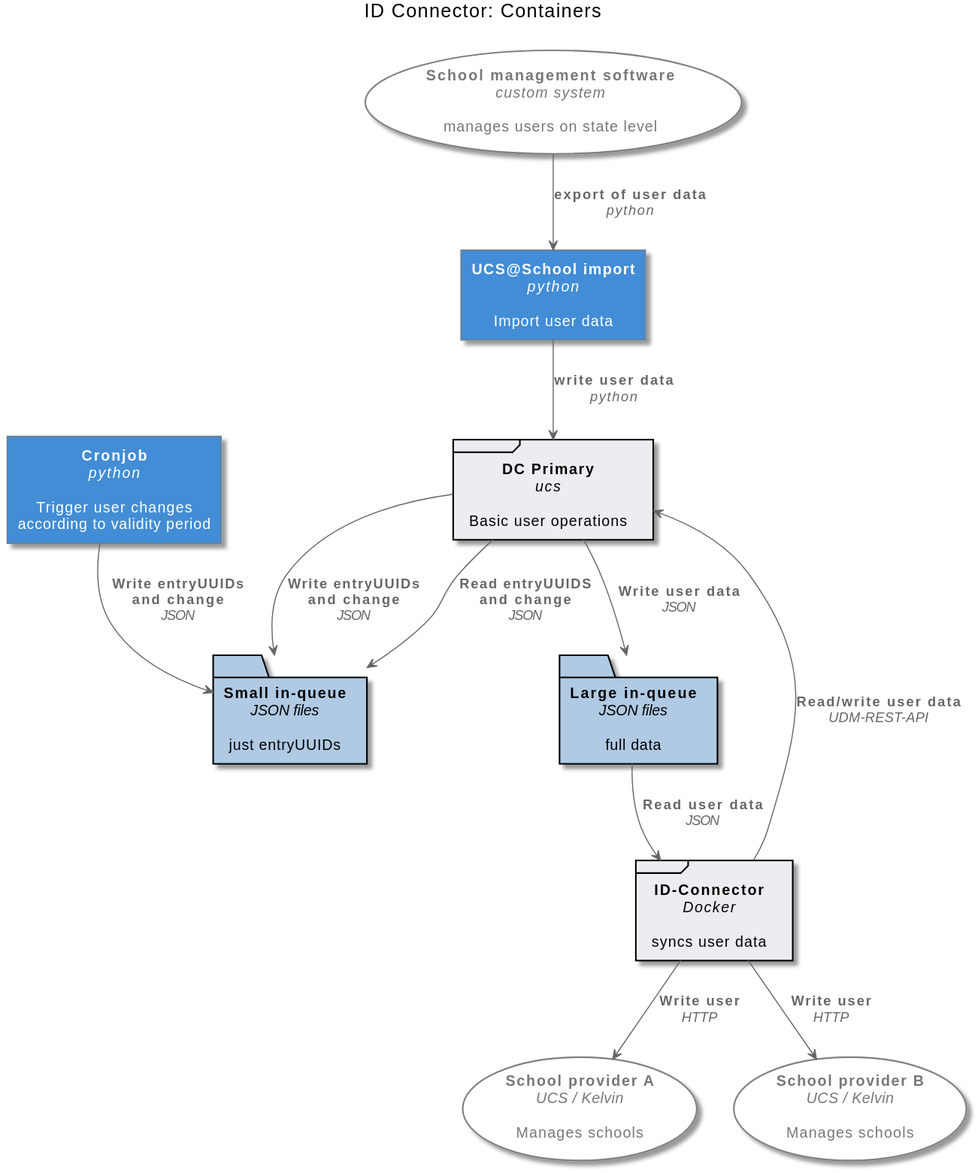
Earlier version of the PlantUML export docs/source/static/id-connector-containers.svg (univention/ucsschool-id-connector). Its diagram source:
```plantuml
@startuml

title ID Connector: Containers\n

!include styling.puml

!include object_sms.puml
!include object_importer.puml
!include object_primary.puml


!include object_cronjob.puml
!include object_small_queue.puml
!include object_large_queue.puml



!include object_id_connector.puml

!include object_school_provider_a.puml
!include object_school_provider_b.puml

sms --> importer : <b>export of user data\n<i>python
importer --> primary: <b>write user data\n<i>python
cronjob --> small_queue: <b>Write entryUUIDs\n<b>and change\n<i>JSON
primary --> small_queue: <b>Write entryUUIDs\n<b>and change\n<i>JSON
small_queue <-- primary: <b>Read entryUUIDS\n<b>and change\n<i>JSON
primary --> large_queue: <b>Write user data\n<i>JSON
large_queue --> id_connector:<b>Read user data\n<i>JSON
id_connector --> school_provider_a:<b>Write user\n<i>HTTP
id_connector --> school_provider_b:<b>Write user\n<i>HTTP
primary <-- id_connector: <b>Read/write user data\n<i>UDM-REST-API


@enduml
```
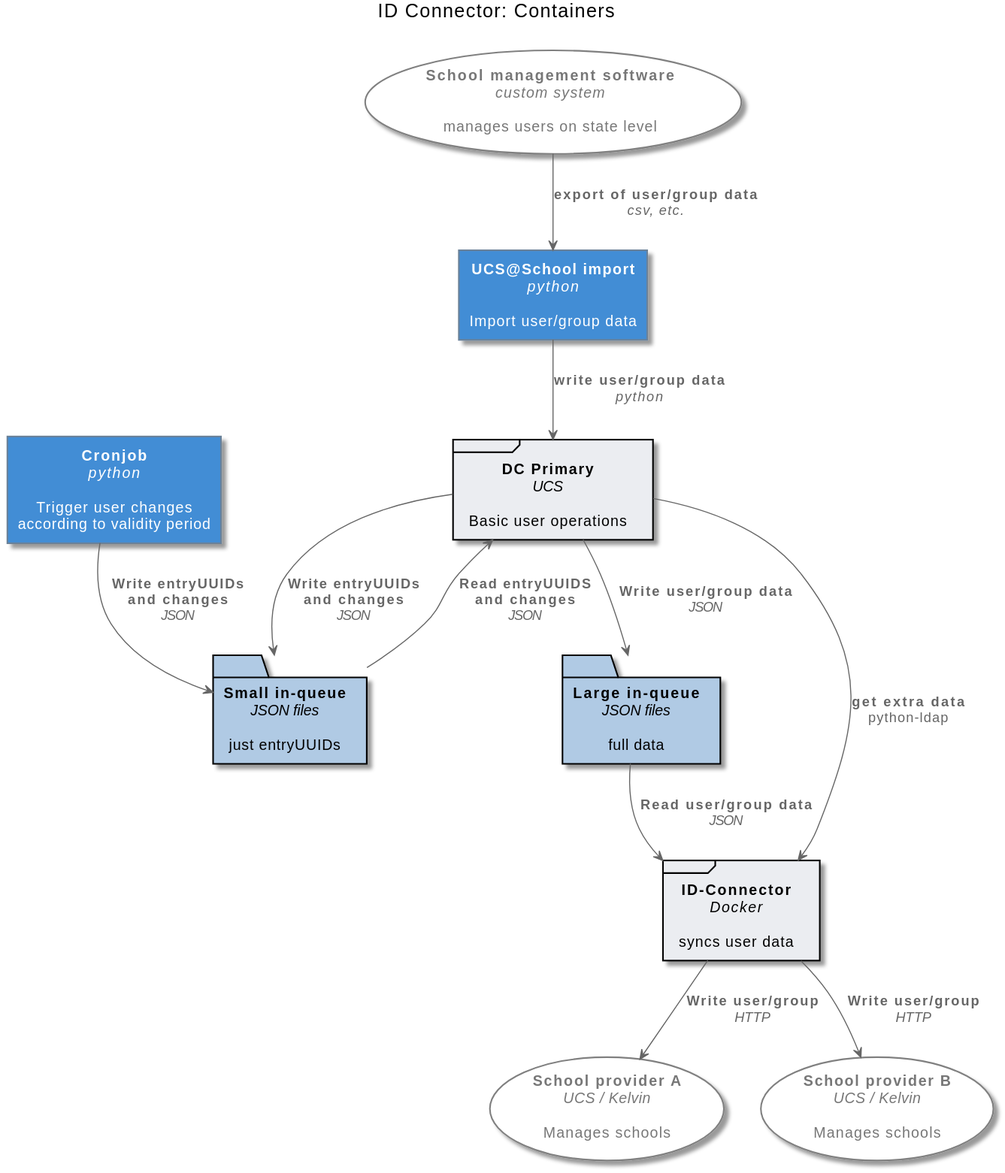
Later version of the same file.

Diff of the diagram source:
```diff
@@ -20,16 +20,16 @@
 !include object_school_provider_a.puml
 !include object_school_provider_b.puml
 
-sms --> importer : <b>export of user data\n<i>python
-importer --> primary: <b>write user data\n<i>python
-cronjob --> small_queue: <b>Write entryUUIDs\n<b>and change\n<i>JSON
-primary --> small_queue: <b>Write entryUUIDs\n<b>and change\n<i>JSON
-small_queue <-- primary: <b>Read entryUUIDS\n<b>and change\n<i>JSON
-primary --> large_queue: <b>Write user data\n<i>JSON
-large_queue --> id_connector:<b>Read user data\n<i>JSON
-id_connector --> school_provider_a:<b>Write user\n<i>HTTP
-id_connector --> school_provider_b:<b>Write user\n<i>HTTP
-primary <-- id_connector: <b>Read/write user data\n<i>UDM-REST-API
+sms --> importer : <b>export of user/group data\n<i>csv, etc.
+importer --> primary: <b>write user/group data\n<i>python
+cronjob --> small_queue: <b>Write entryUUIDs\n<b>and changes\n<i>JSON
+primary --> small_queue: <b>Write entryUUIDs\n<b>and changes\n<i>JSON
+small_queue --> primary: <b>Read entryUUIDS\n<b>and changes\n<i>JSON
+primary --> large_queue: <b>Write user/group data\n<i>JSON
+large_queue --> id_connector:<b>Read user/group data\n<i>JSON
+id_connector --> school_provider_a:<b>Write user/group\n<i>HTTP
+id_connector --> school_provider_b:<b>Write user/group\n<i>HTTP
+primary --> id_connector: <b>get extra data\npython-ldap
 
 
 @enduml
```
